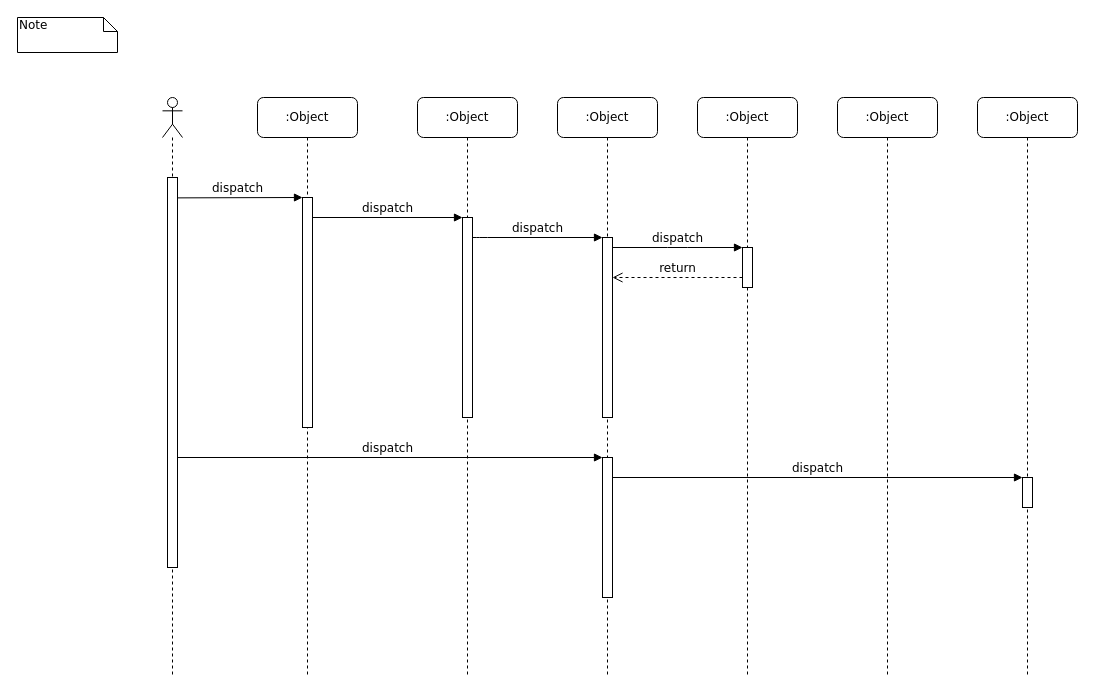
Above: sequence diagram.drawio in khoramian/TahDig_SoftwareEngineering (draw.io), before the change. Source tidied: cells renumbered, new cells numbered last; positions are measured from the earlier drawing's top-left corner, leaving out a move shared by most shapes. Both pictures are drawn from the tidied source at 100%, with x=0, y=0 at pixel (17, 17).
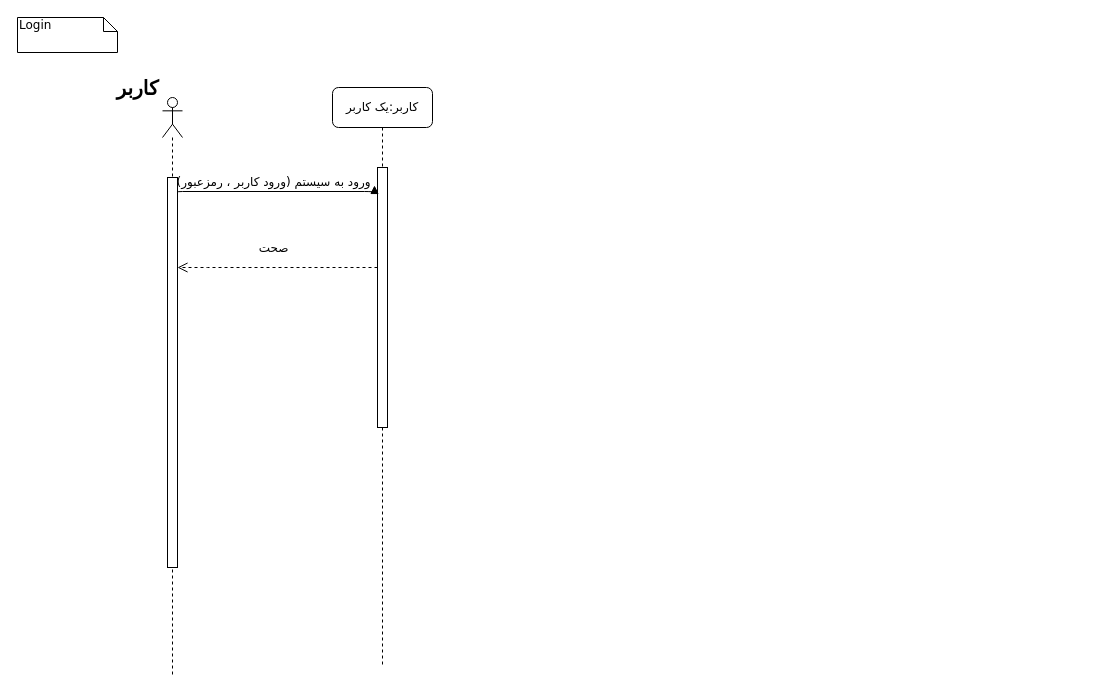
After the change.

Unchanged cells that the change refers to:
```xml
<mxCell id="23" style="html=1;points=[];perimeter=orthogonalPerimeter;" parent="22" vertex="1">
  <mxGeometry x="5" y="80" width="10" height="390" as="geometry" />
</mxCell>
```

Diff of the diagram source:
```diff
@@
-    <mxCell id="2" value=":Object" style="shape=umlLifeline;perimeter=lifelinePerimeter;whiteSpace=wrap;html=1;rounded=1;shadow=0;comic=0;labelBackgroundColor=none;strokeWidth=1;fontFamily=Verdana;fontSize=12;align=center;" parent="1" vertex="1">
-      <mxGeometry x="240" y="80" width="100" height="580" as="geometry" />
+    <mxCell id="2" value="&lt;font style=&quot;font-size: 12px&quot;&gt;کاربر:یک کاربر&lt;/font&gt;" style="shape=umlLifeline;perimeter=lifelinePerimeter;whiteSpace=wrap;html=1;rounded=1;shadow=0;comic=0;labelBackgroundColor=none;strokeWidth=1;fontFamily=Verdana;fontSize=12;align=center;" parent="1" vertex="1">
+      <mxGeometry x="315" y="70" width="100" height="580" as="geometry" />
     </mxCell>
     <mxCell id="3" style="html=1;points=[];perimeter=orthogonalPerimeter;rounded=0;shadow=0;comic=0;labelBackgroundColor=none;strokeWidth=1;fontFamily=Verdana;fontSize=12;align=center;" parent="2" vertex="1">
-      <mxGeometry x="45" y="100" width="10" height="230" as="geometry" />
+      <mxGeometry x="45" y="80" width="10" height="260" as="geometry" />
     </mxCell>
-    <mxCell id="4" value=":Object" style="shape=umlLifeline;perimeter=lifelinePerimeter;whiteSpace=wrap;html=1;rounded=1;shadow=0;comic=0;labelBackgroundColor=none;strokeWidth=1;fontFamily=Verdana;fontSize=12;align=center;" parent="1" vertex="1">
-      <mxGeometry x="400" y="80" width="100" height="580" as="geometry" />
-    </mxCell>
-    <mxCell id="5" style="html=1;points=[];perimeter=orthogonalPerimeter;rounded=0;shadow=0;comic=0;labelBackgroundColor=none;strokeWidth=1;fontFamily=Verdana;fontSize=12;align=center;" parent="4" vertex="1">
-      <mxGeometry x="45" y="120" width="10" height="200" as="geometry" />
-    </mxCell>
-    <mxCell id="6" value=":Object" style="shape=umlLifeline;perimeter=lifelinePerimeter;whiteSpace=wrap;html=1;rounded=1;shadow=0;comic=0;labelBackgroundColor=none;strokeWidth=1;fontFamily=Verdana;fontSize=12;align=center;" parent="1" vertex="1">
-      <mxGeometry x="540" y="80" width="100" height="580" as="geometry" />
-    </mxCell>
-    <mxCell id="7" value=":Object" style="shape=umlLifeline;perimeter=lifelinePerimeter;whiteSpace=wrap;html=1;rounded=1;shadow=0;comic=0;labelBackgroundColor=none;strokeWidth=1;fontFamily=Verdana;fontSize=12;align=center;" parent="1" vertex="1">
-      <mxGeometry x="680" y="80" width="100" height="580" as="geometry" />
-    </mxCell>
-    <mxCell id="8" value=":Object" style="shape=umlLifeline;perimeter=lifelinePerimeter;whiteSpace=wrap;html=1;rounded=1;shadow=0;comic=0;labelBackgroundColor=none;strokeWidth=1;fontFamily=Verdana;fontSize=12;align=center;" parent="1" vertex="1">
-      <mxGeometry x="820" y="80" width="100" height="580" as="geometry" />
-    </mxCell>
-    <mxCell id="9" value=":Object" style="shape=umlLifeline;perimeter=lifelinePerimeter;whiteSpace=wrap;html=1;rounded=1;shadow=0;comic=0;labelBackgroundColor=none;strokeWidth=1;fontFamily=Verdana;fontSize=12;align=center;" parent="1" vertex="1">
-      <mxGeometry x="960" y="80" width="100" height="580" as="geometry" />
-    </mxCell>
-    <mxCell id="10" style="html=1;points=[];perimeter=orthogonalPerimeter;rounded=0;shadow=0;comic=0;labelBackgroundColor=none;strokeWidth=1;fontFamily=Verdana;fontSize=12;align=center;" parent="1" vertex="1">
-      <mxGeometry x="585" y="220" width="10" height="180" as="geometry" />
-    </mxCell>
-    <mxCell id="11" value="dispatch" style="html=1;verticalAlign=bottom;endArrow=block;labelBackgroundColor=none;fontFamily=Verdana;fontSize=12;edgeStyle=elbowEdgeStyle;elbow=vertical;" parent="1" edge="1" source="5" target="10">
-      <mxGeometry relative="1" as="geometry">
-        <Array as="points">
-          <mxPoint x="460" y="220" />
-        </Array>
-      </mxGeometry>
-    </mxCell>
-    <mxCell id="12" style="html=1;points=[];perimeter=orthogonalPerimeter;rounded=0;shadow=0;comic=0;labelBackgroundColor=none;strokeWidth=1;fontFamily=Verdana;fontSize=12;align=center;" parent="1" vertex="1">
-      <mxGeometry x="725" y="230" width="10" height="40" as="geometry" />
-    </mxCell>
-    <mxCell id="13" value="dispatch" style="html=1;verticalAlign=bottom;endArrow=block;entryX=0;entryY=0;labelBackgroundColor=none;fontFamily=Verdana;fontSize=12;edgeStyle=elbowEdgeStyle;elbow=vertical;" parent="1" edge="1" source="10" target="12">
-      <mxGeometry relative="1" as="geometry" />
-    </mxCell>
-    <mxCell id="14" value="return" style="html=1;verticalAlign=bottom;endArrow=open;dashed=1;endSize=8;labelBackgroundColor=none;fontFamily=Verdana;fontSize=12;edgeStyle=elbowEdgeStyle;elbow=vertical;" parent="1" edge="1" source="12" target="10">
-      <mxGeometry relative="1" as="geometry">
-        <Array as="points">
-          <mxPoint x="670" y="260" />
-          <mxPoint x="700" y="260" />
-        </Array>
-      </mxGeometry>
-    </mxCell>
-    <mxCell id="15" style="html=1;points=[];perimeter=orthogonalPerimeter;rounded=0;shadow=0;comic=0;labelBackgroundColor=none;strokeWidth=1;fontFamily=Verdana;fontSize=12;align=center;" parent="1" vertex="1">
-      <mxGeometry x="585" y="440" width="10" height="140" as="geometry" />
-    </mxCell>
-    <mxCell id="16" value="dispatch" style="html=1;verticalAlign=bottom;endArrow=block;entryX=0;entryY=0;labelBackgroundColor=none;fontFamily=Verdana;fontSize=12;" parent="1" edge="1" target="15">
-      <mxGeometry relative="1" as="geometry">
-        <mxPoint x="155" y="440" as="sourcePoint" />
-      </mxGeometry>
-    </mxCell>
-    <mxCell id="17" style="html=1;points=[];perimeter=orthogonalPerimeter;rounded=0;shadow=0;comic=0;labelBackgroundColor=none;strokeColor=#000000;strokeWidth=1;fillColor=#FFFFFF;fontFamily=Verdana;fontSize=12;fontColor=#000000;align=center;" parent="1" vertex="1">
-      <mxGeometry x="1005" y="460" width="10" height="30" as="geometry" />
-    </mxCell>
-    <mxCell id="18" value="dispatch" style="html=1;verticalAlign=bottom;endArrow=block;entryX=0;entryY=0;labelBackgroundColor=none;fontFamily=Verdana;fontSize=12;" parent="1" edge="1" source="15" target="17">
-      <mxGeometry relative="1" as="geometry" />
-    </mxCell>
-    <mxCell id="19" value="dispatch" style="html=1;verticalAlign=bottom;endArrow=block;entryX=0;entryY=0;labelBackgroundColor=none;fontFamily=Verdana;fontSize=12;edgeStyle=elbowEdgeStyle;elbow=vertical;" parent="1" edge="1" target="3">
+    <mxCell id="19" value="ورود به سیستم (ورود کاربر ، رمزعبور)" style="html=1;verticalAlign=bottom;endArrow=block;labelBackgroundColor=none;fontFamily=Verdana;fontSize=12;edgeStyle=elbowEdgeStyle;elbow=vertical;entryX=-0.3;entryY=0.069;entryDx=0;entryDy=0;entryPerimeter=0;" parent="1" edge="1" target="3">
       <mxGeometry relative="1" as="geometry">
         <mxPoint x="155" y="180.4" as="sourcePoint" />
       </mxGeometry>
     </mxCell>
-    <mxCell id="20" value="dispatch" style="html=1;verticalAlign=bottom;endArrow=block;entryX=0;entryY=0;labelBackgroundColor=none;fontFamily=Verdana;fontSize=12;edgeStyle=elbowEdgeStyle;elbow=vertical;" parent="1" edge="1" source="3" target="5">
-      <mxGeometry relative="1" as="geometry" />
-    </mxCell>
-    <mxCell id="21" value="Note" style="shape=note;whiteSpace=wrap;html=1;size=14;verticalAlign=top;align=left;spacingTop=-6;rounded=0;shadow=0;comic=0;labelBackgroundColor=none;strokeWidth=1;fontFamily=Verdana;fontSize=12;" parent="1" vertex="1">
+    <mxCell id="21" value="Login" style="shape=note;whiteSpace=wrap;html=1;size=14;verticalAlign=top;align=left;spacingTop=-6;rounded=0;shadow=0;comic=0;labelBackgroundColor=none;strokeWidth=1;fontFamily=Verdana;fontSize=12;" parent="1" vertex="1">
       <mxGeometry width="100" height="35" as="geometry" />
     </mxCell>
@@
+    <mxCell id="24" value="&lt;font size=&quot;1&quot;&gt;&lt;b style=&quot;font-size: 20px&quot;&gt;کاربر&lt;/b&gt;&lt;/font&gt;" style="text;html=1;align=center;verticalAlign=middle;" parent="1" vertex="1">
+      <mxGeometry x="95" y="60" width="50" height="20" as="geometry" />
+    </mxCell>
+    <mxCell id="25" value="صحت " style="html=1;verticalAlign=bottom;endArrow=open;dashed=1;endSize=8;labelBackgroundColor=none;fontFamily=Verdana;fontSize=12;edgeStyle=elbowEdgeStyle;elbow=vertical;" parent="1" edge="1" source="3" target="23">
+      <mxGeometry x="0.04" y="-10" relative="1" as="geometry">
+        <Array as="points">
+          <mxPoint x="200" y="250" />
+          <mxPoint x="245" y="220" />
+          <mxPoint x="275" y="220" />
+        </Array>
+      </mxGeometry>
+    </mxCell>
```
